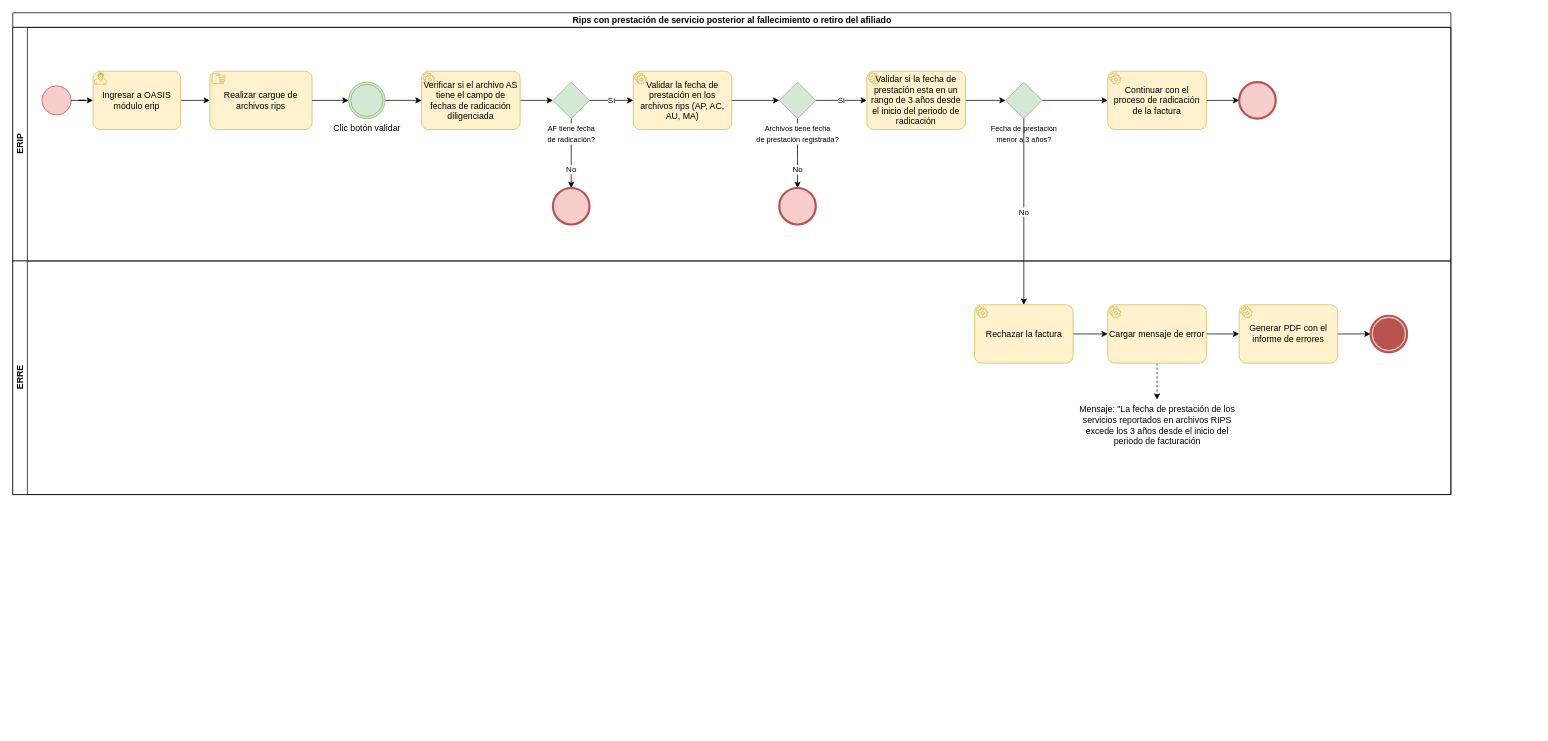
The draw.io diagram RIPS con fecha de prestación dentro de 3 años.drawio in kevinjporto/Diagramas-de-procesos, before the edit. Source tidied: cells renumbered, new cells numbered last; positions are measured from the earlier drawing's top-left corner, leaving out a move shared by most shapes. Both pictures are drawn from the tidied source at 73%, with x=0, y=0 at pixel (12, 12).
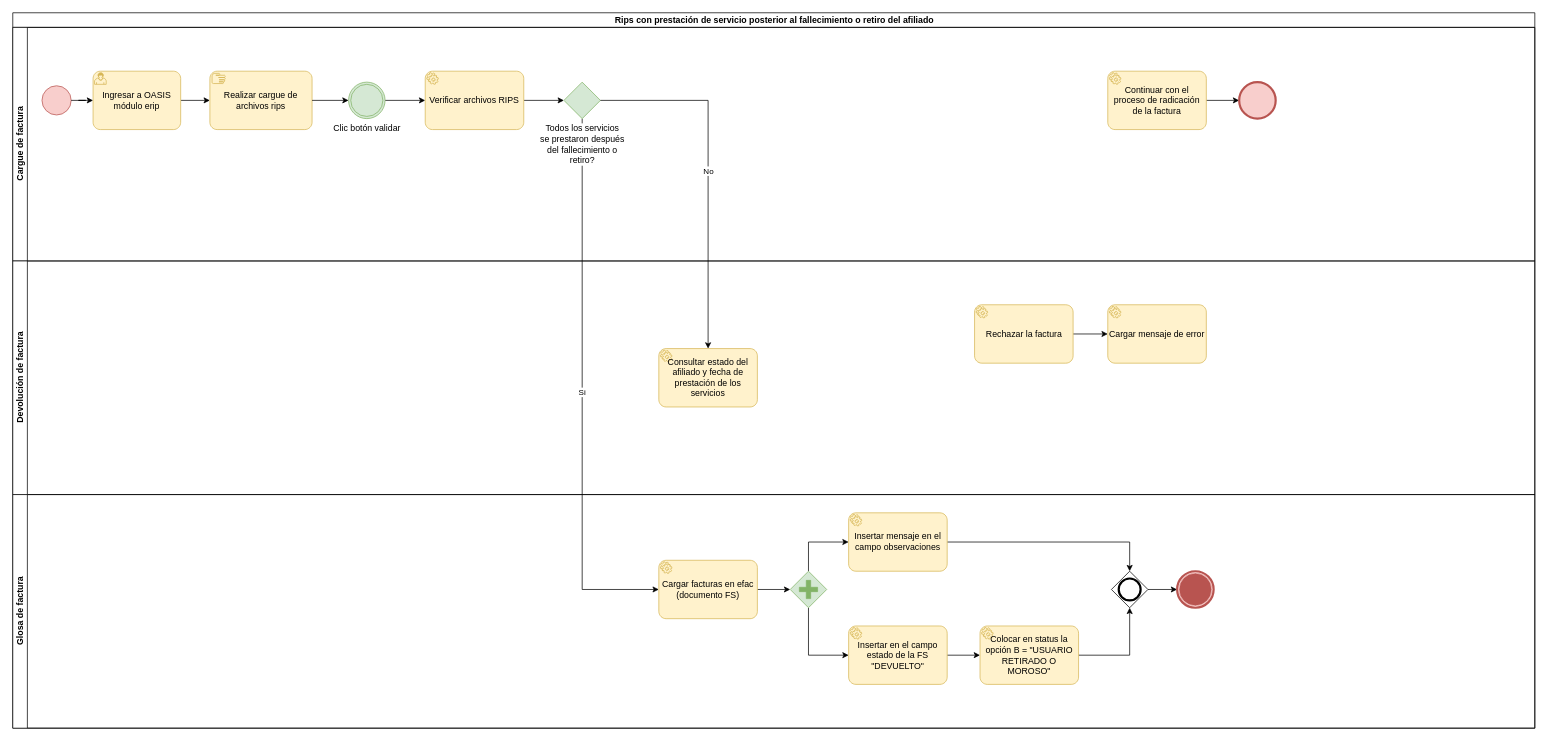
After the change.

Unchanged cells that the change refers to:
```xml
<mxCell id="14" value="Clic botón validar" style="points=[[0.145,0.145,0],[0.5,0,0],[0.855,0.145,0],[1,0.5,0],[0.855,0.855,0],[0.5,1,0],[0.145,0.855,0],[0,0.5,0]];shape=mxgraph.bpmn.event;html=1;verticalLabelPosition=bottom;labelBackgroundColor=#ffffff;verticalAlign=top;align=center;perimeter=ellipsePerimeter;outlineConnect=0;outline=throwing;symbol=general;fillColor=#d5e8d4;strokeColor=#82b366;" parent="3" vertex="1">
  <mxGeometry x="460" y="75" width="50" height="50" as="geometry" />
</mxCell>
<mxCell id="29" value="Continuar con el proceso de radicación de la factura" style="points=[[0.25,0,0],[0.5,0,0],[0.75,0,0],[1,0.25,0],[1,0.5,0],[1,0.75,0],[0.75,1,0],[0.5,1,0],[0.25,1,0],[0,0.75,0],[0,0.5,0],[0,0.25,0]];shape=mxgraph.bpmn.task;whiteSpace=wrap;rectStyle=rounded;size=10;html=1;taskMarker=service;fillColor=#fff2cc;strokeColor=#d6b656;" parent="3" vertex="1">
  <mxGeometry x="1500" y="60" width="135" height="80" as="geometry" />
</mxCell>
<mxCell id="33" value="Rechazar la factura" style="points=[[0.25,0,0],[0.5,0,0],[0.75,0,0],[1,0.25,0],[1,0.5,0],[1,0.75,0],[0.75,1,0],[0.5,1,0],[0.25,1,0],[0,0.75,0],[0,0.5,0],[0,0.25,0]];shape=mxgraph.bpmn.task;whiteSpace=wrap;rectStyle=rounded;size=10;html=1;taskMarker=service;fillColor=#fff2cc;strokeColor=#d6b656;" parent="31" vertex="1">
  <mxGeometry x="1317.5" y="60" width="135" height="80" as="geometry" />
</mxCell>
<mxCell id="36" value="Cargar mensaje de error" style="points=[[0.25,0,0],[0.5,0,0],[0.75,0,0],[1,0.25,0],[1,0.5,0],[1,0.75,0],[0.75,1,0],[0.5,1,0],[0.25,1,0],[0,0.75,0],[0,0.5,0],[0,0.25,0]];shape=mxgraph.bpmn.task;whiteSpace=wrap;rectStyle=rounded;size=10;html=1;taskMarker=service;fillColor=#fff2cc;strokeColor=#d6b656;" parent="31" vertex="1">
  <mxGeometry x="1500" y="60" width="135" height="80" as="geometry" />
</mxCell>
```

What changed in the source:
```diff
@@
     <mxCell id="2" value="Rips con prestación de servicio posterior al fallecimiento o retiro del afiliado" style="swimlane;horizontal=1;startSize=20;html=1;" parent="1" vertex="1">
-      <mxGeometry width="1970" height="660" as="geometry" />
+      <mxGeometry width="2085" height="980" as="geometry" />
     </mxCell>
+    <mxCell id="42" value="Si" style="edgeStyle=orthogonalEdgeStyle;rounded=0;jettySize=auto;html=1;entryX=0;entryY=0.5;entryDx=0;entryDy=0;entryPerimeter=0;" parent="2" edge="1" source="43" target="47">
+      <mxGeometry relative="1" as="geometry">
+        <Array as="points">
+          <mxPoint x="780" y="790" />
+        </Array>
+      </mxGeometry>
+    </mxCell>
-    <mxCell id="3" value="ERIP" style="swimlane;startSize=20;horizontal=0;html=1;" parent="2" vertex="1">
-      <mxGeometry y="20" width="1970" height="320" as="geometry" />
+    <mxCell id="3" value="Cargue de factura" style="swimlane;startSize=20;horizontal=0;html=1;" parent="2" vertex="1">
+      <mxGeometry y="20" width="2085" height="320" as="geometry" />
     </mxCell>
-    <mxCell id="4" value="No" style="edgeStyle=orthogonalEdgeStyle;rounded=0;jettySize=auto;html=1;" parent="3" edge="1" source="16" target="17">
-      <mxGeometry x="0.47" relative="1" as="geometry">
-        <Array as="points">
-          <mxPoint x="765" y="180" />
-          <mxPoint x="765" y="180" />
-        </Array>
-      </mxGeometry>
-    </mxCell>
@@
-    <mxCell id="11" style="edgeStyle=orthogonalEdgeStyle;rounded=0;jettySize=auto;html=1;" parent="3" edge="1" source="12" target="16">
-      <mxGeometry relative="1" as="geometry" />
-    </mxCell>
-    <mxCell id="12" value="Verificar si el archivo AS tiene el campo de fechas de radicación diligenciada" style="points=[[0.25,0,0],[0.5,0,0],[0.75,0,0],[1,0.25,0],[1,0.5,0],[1,0.75,0],[0.75,1,0],[0.5,1,0],[0.25,1,0],[0,0.75,0],[0,0.5,0],[0,0.25,0]];shape=mxgraph.bpmn.task;whiteSpace=wrap;rectStyle=rounded;size=10;html=1;taskMarker=service;fillColor=#fff2cc;strokeColor=#d6b656;" parent="3" vertex="1">
-      <mxGeometry x="560" y="60" width="135" height="80" as="geometry" />
-    </mxCell>
-    <mxCell id="13" style="edgeStyle=orthogonalEdgeStyle;rounded=0;jettySize=auto;html=1;entryX=0;entryY=0.5;entryDx=0;entryDy=0;entryPerimeter=0;" parent="3" edge="1" source="14" target="12">
+    <mxCell id="13" style="edgeStyle=orthogonalEdgeStyle;rounded=0;jettySize=auto;html=1;entryX=0;entryY=0.5;entryDx=0;entryDy=0;entryPerimeter=0;" parent="3" edge="1" source="14" target="25">
       <mxGeometry relative="1" as="geometry" />
     </mxCell>
@@
-    <mxCell id="15" value="Si" style="edgeStyle=orthogonalEdgeStyle;rounded=0;jettySize=auto;html=1;" parent="3" edge="1" source="16" target="19">
-      <mxGeometry relative="1" as="geometry" />
-    </mxCell>
-    <mxCell id="16" value="&lt;font size=&quot;1&quot;&gt;AF tiene fecha&lt;br&gt;de radicación?&lt;br&gt;&lt;/font&gt;" style="points=[[0.25,0.25,0],[0.5,0,0],[0.75,0.25,0],[1,0.5,0],[0.75,0.75,0],[0.5,1,0],[0.25,0.75,0],[0,0.5,0]];shape=mxgraph.bpmn.gateway2;html=1;verticalLabelPosition=bottom;labelBackgroundColor=#ffffff;verticalAlign=top;align=center;perimeter=rhombusPerimeter;outlineConnect=0;outline=none;symbol=none;fillColor=#d5e8d4;strokeColor=#82b366;" parent="3" vertex="1">
-      <mxGeometry x="740" y="75" width="50" height="50" as="geometry" />
-    </mxCell>
-    <mxCell id="17" style="points=[[0.145,0.145,0],[0.5,0,0],[0.855,0.145,0],[1,0.5,0],[0.855,0.855,0],[0.5,1,0],[0.145,0.855,0],[0,0.5,0]];shape=mxgraph.bpmn.event;html=1;verticalLabelPosition=bottom;labelBackgroundColor=#ffffff;verticalAlign=top;align=center;perimeter=ellipsePerimeter;outlineConnect=0;outline=end;symbol=terminate2;fillColor=#f8cecc;strokeColor=#b85450;" parent="3" vertex="1">
-      <mxGeometry x="740" y="220" width="50" height="50" as="geometry" />
-    </mxCell>
-    <mxCell id="18" style="edgeStyle=orthogonalEdgeStyle;rounded=0;jettySize=auto;html=1;entryX=0;entryY=0.5;entryDx=0;entryDy=0;entryPerimeter=0;" parent="3" edge="1" source="19" target="22">
-      <mxGeometry relative="1" as="geometry" />
-    </mxCell>
-    <mxCell id="19" value="Validar la fecha de prestación en los archivos rips (AP, AC, AU, MA)" style="points=[[0.25,0,0],[0.5,0,0],[0.75,0,0],[1,0.25,0],[1,0.5,0],[1,0.75,0],[0.75,1,0],[0.5,1,0],[0.25,1,0],[0,0.75,0],[0,0.5,0],[0,0.25,0]];shape=mxgraph.bpmn.task;whiteSpace=wrap;rectStyle=rounded;size=10;html=1;taskMarker=service;fillColor=#fff2cc;strokeColor=#d6b656;" parent="3" vertex="1">
-      <mxGeometry x="850" y="60" width="135" height="80" as="geometry" />
-    </mxCell>
-    <mxCell id="20" value="Si" style="edgeStyle=orthogonalEdgeStyle;rounded=0;jettySize=auto;html=1;" parent="3" edge="1" source="22" target="25">
-      <mxGeometry relative="1" as="geometry" />
-    </mxCell>
-    <mxCell id="21" value="No" style="edgeStyle=orthogonalEdgeStyle;rounded=0;jettySize=auto;html=1;entryX=0.5;entryY=0;entryDx=0;entryDy=0;entryPerimeter=0;" parent="3" edge="1" source="22" target="23">
-      <mxGeometry x="0.47" relative="1" as="geometry">
-        <Array as="points">
-          <mxPoint x="1075" y="180" />
-          <mxPoint x="1075" y="180" />
-        </Array>
-      </mxGeometry>
-    </mxCell>
-    <mxCell id="22" value="&lt;font size=&quot;1&quot;&gt;Archivos tiene fecha&lt;br&gt;de prestación registrada?&lt;br&gt;&lt;/font&gt;" style="points=[[0.25,0.25,0],[0.5,0,0],[0.75,0.25,0],[1,0.5,0],[0.75,0.75,0],[0.5,1,0],[0.25,0.75,0],[0,0.5,0]];shape=mxgraph.bpmn.gateway2;html=1;verticalLabelPosition=bottom;labelBackgroundColor=#ffffff;verticalAlign=top;align=center;perimeter=rhombusPerimeter;outlineConnect=0;outline=none;symbol=none;fillColor=#d5e8d4;strokeColor=#82b366;" parent="3" vertex="1">
-      <mxGeometry x="1050" y="75" width="50" height="50" as="geometry" />
-    </mxCell>
-    <mxCell id="23" style="points=[[0.145,0.145,0],[0.5,0,0],[0.855,0.145,0],[1,0.5,0],[0.855,0.855,0],[0.5,1,0],[0.145,0.855,0],[0,0.5,0]];shape=mxgraph.bpmn.event;html=1;verticalLabelPosition=bottom;labelBackgroundColor=#ffffff;verticalAlign=top;align=center;perimeter=ellipsePerimeter;outlineConnect=0;outline=end;symbol=terminate2;fillColor=#f8cecc;strokeColor=#b85450;" parent="3" vertex="1">
-      <mxGeometry x="1050" y="220" width="50" height="50" as="geometry" />
-    </mxCell>
-    <mxCell id="24" style="edgeStyle=orthogonalEdgeStyle;rounded=0;jettySize=auto;html=1;" parent="3" edge="1" source="25" target="27">
+    <mxCell id="24" style="edgeStyle=orthogonalEdgeStyle;rounded=0;jettySize=auto;html=1;entryX=0;entryY=0.5;entryDx=0;entryDy=0;entryPerimeter=0;" parent="3" edge="1" source="25" target="43">
       <mxGeometry relative="1" as="geometry" />
     </mxCell>
-    <mxCell id="25" value="Validar si la fecha de prestación esta en un rango de 3 años desde el inicio del periodo de radicación" style="points=[[0.25,0,0],[0.5,0,0],[0.75,0,0],[1,0.25,0],[1,0.5,0],[1,0.75,0],[0.75,1,0],[0.5,1,0],[0.25,1,0],[0,0.75,0],[0,0.5,0],[0,0.25,0]];shape=mxgraph.bpmn.task;whiteSpace=wrap;rectStyle=rounded;size=10;html=1;taskMarker=service;fillColor=#fff2cc;strokeColor=#d6b656;" parent="3" vertex="1">
-      <mxGeometry x="1170" y="60" width="135" height="80" as="geometry" />
+    <mxCell id="25" value="Verificar archivos RIPS" style="points=[[0.25,0,0],[0.5,0,0],[0.75,0,0],[1,0.25,0],[1,0.5,0],[1,0.75,0],[0.75,1,0],[0.5,1,0],[0.25,1,0],[0,0.75,0],[0,0.5,0],[0,0.25,0]];shape=mxgraph.bpmn.task;whiteSpace=wrap;rectStyle=rounded;size=10;html=1;taskMarker=service;fillColor=#fff2cc;strokeColor=#d6b656;" parent="3" vertex="1">
+      <mxGeometry x="565" y="60" width="135" height="80" as="geometry" />
     </mxCell>
-    <mxCell id="26" style="edgeStyle=orthogonalEdgeStyle;rounded=0;jettySize=auto;html=1;" parent="3" edge="1" source="27" target="29">
-      <mxGeometry relative="1" as="geometry" />
-    </mxCell>
-    <mxCell id="27" value="&lt;font size=&quot;1&quot;&gt;Fecha de prestación&lt;br&gt;menor a 3 años?&lt;br&gt;&lt;/font&gt;" style="points=[[0.25,0.25,0],[0.5,0,0],[0.75,0.25,0],[1,0.5,0],[0.75,0.75,0],[0.5,1,0],[0.25,0.75,0],[0,0.5,0]];shape=mxgraph.bpmn.gateway2;html=1;verticalLabelPosition=bottom;labelBackgroundColor=#ffffff;verticalAlign=top;align=center;perimeter=rhombusPerimeter;outlineConnect=0;outline=none;symbol=none;fillColor=#d5e8d4;strokeColor=#82b366;" parent="3" vertex="1">
-      <mxGeometry x="1360" y="75" width="50" height="50" as="geometry" />
-    </mxCell>
@@
+    <mxCell id="43" value="Todos los servicios&lt;br&gt;se prestaron después&lt;br&gt;del fallecimiento o&lt;br&gt;retiro?" style="points=[[0.25,0.25,0],[0.5,0,0],[0.75,0.25,0],[1,0.5,0],[0.75,0.75,0],[0.5,1,0],[0.25,0.75,0],[0,0.5,0]];shape=mxgraph.bpmn.gateway2;html=1;verticalLabelPosition=bottom;labelBackgroundColor=#ffffff;verticalAlign=top;align=center;perimeter=rhombusPerimeter;outlineConnect=0;outline=none;symbol=none;fillColor=#d5e8d4;strokeColor=#82b366;" parent="3" vertex="1">
+      <mxGeometry x="755" y="75" width="50" height="50" as="geometry" />
+    </mxCell>
-    <mxCell id="31" value="ERRE" style="swimlane;startSize=20;horizontal=0;html=1;" parent="2" vertex="1">
-      <mxGeometry y="340" width="1970" height="320" as="geometry" />
+    <mxCell id="31" value="Devolución de factura" style="swimlane;startSize=20;horizontal=0;html=1;" parent="2" vertex="1">
+      <mxGeometry y="340" width="2085" height="320" as="geometry" />
     </mxCell>
@@
-    <mxCell id="34" style="edgeStyle=orthogonalEdgeStyle;rounded=0;jettySize=auto;html=1;entryX=0.5;entryY=0;entryDx=0;entryDy=0;dashed=1;" parent="31" edge="1" source="36" target="37">
-      <mxGeometry relative="1" as="geometry" />
-    </mxCell>
-    <mxCell id="35" style="edgeStyle=orthogonalEdgeStyle;rounded=0;jettySize=auto;html=1;" parent="31" edge="1" source="36" target="39">
-      <mxGeometry relative="1" as="geometry" />
-    </mxCell>
@@
-    <mxCell id="37" value="Mensaje: &quot;La fecha de prestación de los servicios reportados en archivos RIPS excede los 3 años desde el inicio del periodo de facturación" style="text;html=1;strokeColor=none;fillColor=none;align=center;verticalAlign=middle;whiteSpace=wrap;rounded=0;" parent="31" vertex="1">
-      <mxGeometry x="1457.5" y="190" width="220" height="70" as="geometry" />
-    </mxCell>
-    <mxCell id="38" style="edgeStyle=orthogonalEdgeStyle;rounded=0;jettySize=auto;html=1;entryX=0;entryY=0.5;entryDx=0;entryDy=0;entryPerimeter=0;" parent="31" edge="1" source="39" target="40">
-      <mxGeometry relative="1" as="geometry" />
-    </mxCell>
-    <mxCell id="39" value="Generar PDF con el informe de errores" style="points=[[0.25,0,0],[0.5,0,0],[0.75,0,0],[1,0.25,0],[1,0.5,0],[1,0.75,0],[0.75,1,0],[0.5,1,0],[0.25,1,0],[0,0.75,0],[0,0.5,0],[0,0.25,0]];shape=mxgraph.bpmn.task;whiteSpace=wrap;rectStyle=rounded;size=10;html=1;taskMarker=service;fillColor=#fff2cc;strokeColor=#d6b656;" parent="31" vertex="1">
-      <mxGeometry x="1680" y="60" width="135" height="80" as="geometry" />
-    </mxCell>
-    <mxCell id="40" style="points=[[0.145,0.145,0],[0.5,0,0],[0.855,0.145,0],[1,0.5,0],[0.855,0.855,0],[0.5,1,0],[0.145,0.855,0],[0,0.5,0]];shape=mxgraph.bpmn.event;html=1;verticalLabelPosition=bottom;labelBackgroundColor=#ffffff;verticalAlign=top;align=center;perimeter=ellipsePerimeter;outlineConnect=0;outline=end;symbol=terminate;fillColor=#f8cecc;strokeColor=#b85450;" parent="31" vertex="1">
-      <mxGeometry x="1860" y="75" width="50" height="50" as="geometry" />
-    </mxCell>
-    <mxCell id="41" value="No" style="edgeStyle=orthogonalEdgeStyle;rounded=0;jettySize=auto;html=1;entryX=0.5;entryY=0;entryDx=0;entryDy=0;entryPerimeter=0;" parent="2" edge="1" source="27" target="33">
-      <mxGeometry relative="1" as="geometry" />
-    </mxCell>
+    <mxCell id="44" value="Consultar estado del afiliado y fecha de prestación de los servicios" style="points=[[0.25,0,0],[0.5,0,0],[0.75,0,0],[1,0.25,0],[1,0.5,0],[1,0.75,0],[0.75,1,0],[0.5,1,0],[0.25,1,0],[0,0.75,0],[0,0.5,0],[0,0.25,0]];shape=mxgraph.bpmn.task;whiteSpace=wrap;rectStyle=rounded;size=10;html=1;taskMarker=service;fillColor=#fff2cc;strokeColor=#d6b656;" parent="31" vertex="1">
+      <mxGeometry x="885" y="120" width="135" height="80" as="geometry" />
+    </mxCell>
+    <mxCell id="45" value="Glosa de factura" style="swimlane;startSize=20;horizontal=0;html=1;" parent="2" vertex="1">
+      <mxGeometry y="660" width="2085" height="320" as="geometry" />
+    </mxCell>
+    <mxCell id="46" style="edgeStyle=orthogonalEdgeStyle;rounded=0;jettySize=auto;html=1;" parent="45" edge="1" source="47" target="50">
+      <mxGeometry relative="1" as="geometry" />
+    </mxCell>
+    <mxCell id="47" value="Cargar facturas en efac (documento FS)" style="points=[[0.25,0,0],[0.5,0,0],[0.75,0,0],[1,0.25,0],[1,0.5,0],[1,0.75,0],[0.75,1,0],[0.5,1,0],[0.25,1,0],[0,0.75,0],[0,0.5,0],[0,0.25,0]];shape=mxgraph.bpmn.task;whiteSpace=wrap;rectStyle=rounded;size=10;html=1;taskMarker=service;fillColor=#fff2cc;strokeColor=#d6b656;" parent="45" vertex="1">
+      <mxGeometry x="885" y="90" width="135" height="80" as="geometry" />
+    </mxCell>
+    <mxCell id="48" style="edgeStyle=orthogonalEdgeStyle;rounded=0;jettySize=auto;html=1;entryX=0;entryY=0.5;entryDx=0;entryDy=0;entryPerimeter=0;" parent="45" edge="1" source="50" target="52">
+      <mxGeometry relative="1" as="geometry">
+        <Array as="points">
+          <mxPoint x="1090" y="65" />
+        </Array>
+      </mxGeometry>
+    </mxCell>
+    <mxCell id="49" style="edgeStyle=orthogonalEdgeStyle;rounded=0;jettySize=auto;html=1;entryX=0;entryY=0.5;entryDx=0;entryDy=0;entryPerimeter=0;" parent="45" edge="1" source="50" target="54">
+      <mxGeometry relative="1" as="geometry">
+        <Array as="points">
+          <mxPoint x="1090" y="220" />
+        </Array>
+      </mxGeometry>
+    </mxCell>
+    <mxCell id="50" style="points=[[0.25,0.25,0],[0.5,0,0],[0.75,0.25,0],[1,0.5,0],[0.75,0.75,0],[0.5,1,0],[0.25,0.75,0],[0,0.5,0]];shape=mxgraph.bpmn.gateway2;html=1;verticalLabelPosition=bottom;labelBackgroundColor=#ffffff;verticalAlign=top;align=center;perimeter=rhombusPerimeter;outlineConnect=0;outline=none;symbol=none;gwType=parallel;fillColor=#d5e8d4;strokeColor=#82b366;" parent="45" vertex="1">
+      <mxGeometry x="1065" y="105" width="50" height="50" as="geometry" />
+    </mxCell>
+    <mxCell id="51" style="edgeStyle=orthogonalEdgeStyle;rounded=0;jettySize=auto;html=1;entryX=0.5;entryY=0;entryDx=0;entryDy=0;entryPerimeter=0;" parent="45" edge="1" source="52" target="58">
+      <mxGeometry relative="1" as="geometry" />
+    </mxCell>
+    <mxCell id="52" value="Insertar mensaje en el campo observaciones" style="points=[[0.25,0,0],[0.5,0,0],[0.75,0,0],[1,0.25,0],[1,0.5,0],[1,0.75,0],[0.75,1,0],[0.5,1,0],[0.25,1,0],[0,0.75,0],[0,0.5,0],[0,0.25,0]];shape=mxgraph.bpmn.task;whiteSpace=wrap;rectStyle=rounded;size=10;html=1;taskMarker=service;fillColor=#fff2cc;strokeColor=#d6b656;" parent="45" vertex="1">
+      <mxGeometry x="1145" y="25" width="135" height="80" as="geometry" />
+    </mxCell>
+    <mxCell id="53" style="edgeStyle=orthogonalEdgeStyle;rounded=0;jettySize=auto;html=1;" parent="45" edge="1" source="54" target="56">
+      <mxGeometry relative="1" as="geometry" />
+    </mxCell>
+    <mxCell id="54" value="Insertar en el campo estado de la FS &quot;DEVUELTO&quot;" style="points=[[0.25,0,0],[0.5,0,0],[0.75,0,0],[1,0.25,0],[1,0.5,0],[1,0.75,0],[0.75,1,0],[0.5,1,0],[0.25,1,0],[0,0.75,0],[0,0.5,0],[0,0.25,0]];shape=mxgraph.bpmn.task;whiteSpace=wrap;rectStyle=rounded;size=10;html=1;taskMarker=service;fillColor=#fff2cc;strokeColor=#d6b656;" parent="45" vertex="1">
+      <mxGeometry x="1145" y="180" width="135" height="80" as="geometry" />
+    </mxCell>
+    <mxCell id="55" style="edgeStyle=orthogonalEdgeStyle;rounded=0;jettySize=auto;html=1;" parent="45" edge="1" source="56" target="58">
+      <mxGeometry relative="1" as="geometry" />
+    </mxCell>
+    <mxCell id="56" value="Colocar en status la opción B = &quot;USUARIO RETIRADO O MOROSO&quot;" style="points=[[0.25,0,0],[0.5,0,0],[0.75,0,0],[1,0.25,0],[1,0.5,0],[1,0.75,0],[0.75,1,0],[0.5,1,0],[0.25,1,0],[0,0.75,0],[0,0.5,0],[0,0.25,0]];shape=mxgraph.bpmn.task;whiteSpace=wrap;rectStyle=rounded;size=10;html=1;taskMarker=service;fillColor=#fff2cc;strokeColor=#d6b656;" parent="45" vertex="1">
+      <mxGeometry x="1325" y="180" width="135" height="80" as="geometry" />
+    </mxCell>
+    <mxCell id="57" style="edgeStyle=orthogonalEdgeStyle;rounded=0;jettySize=auto;html=1;" parent="45" edge="1" source="58" target="59">
+      <mxGeometry relative="1" as="geometry" />
+    </mxCell>
+    <mxCell id="58" style="points=[[0.25,0.25,0],[0.5,0,0],[0.75,0.25,0],[1,0.5,0],[0.75,0.75,0],[0.5,1,0],[0.25,0.75,0],[0,0.5,0]];shape=mxgraph.bpmn.gateway2;html=1;verticalLabelPosition=bottom;labelBackgroundColor=#ffffff;verticalAlign=top;align=center;perimeter=rhombusPerimeter;outlineConnect=0;outline=end;symbol=general;" parent="45" vertex="1">
+      <mxGeometry x="1505" y="105" width="50" height="50" as="geometry" />
+    </mxCell>
+    <mxCell id="59" style="points=[[0.145,0.145,0],[0.5,0,0],[0.855,0.145,0],[1,0.5,0],[0.855,0.855,0],[0.5,1,0],[0.145,0.855,0],[0,0.5,0]];shape=mxgraph.bpmn.event;html=1;verticalLabelPosition=bottom;labelBackgroundColor=#ffffff;verticalAlign=top;align=center;perimeter=ellipsePerimeter;outlineConnect=0;outline=end;symbol=terminate;fillColor=#f8cecc;strokeColor=#b85450;" parent="45" vertex="1">
+      <mxGeometry x="1595" y="105" width="50" height="50" as="geometry" />
+    </mxCell>
+    <mxCell id="4" value="No" style="edgeStyle=orthogonalEdgeStyle;rounded=0;jettySize=auto;html=1;" parent="2" edge="1" source="43" target="44">
+      <mxGeometry relative="1" as="geometry" />
+    </mxCell>
```
